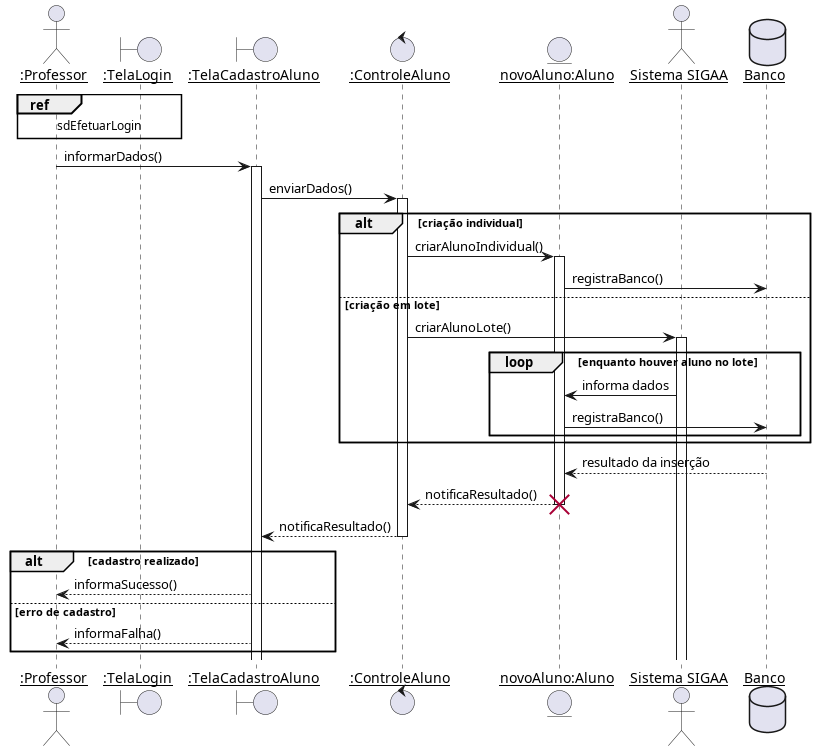
Above: diagramas/sequencia/manter_aluno.png in Pedro-V/projetorium (PlantUML), before the change.
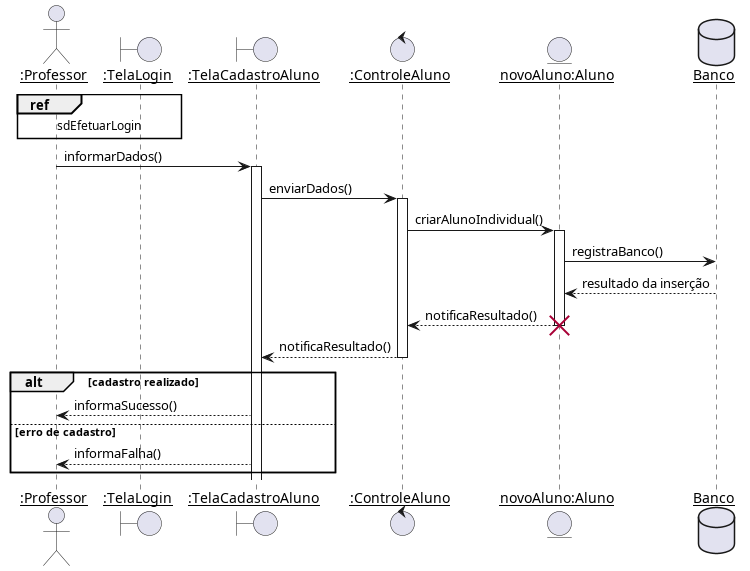
After the change.

The edit, as a diff of the source:
```diff
@@ -6,23 +6,14 @@
 boundary ":TelaCadastroAluno"    as TelaCadastroAluno
 control ":ControleAluno" as ControleAluno
 entity "novoAluno:Aluno" as novoAluno
-actor "Sistema SIGAA" as SIGAA
 database Banco
 
 ref over Professor, TelaLogin : sdEfetuarLogin
 
 Professor -> TelaCadastroAluno ++: informarDados()
 TelaCadastroAluno -> ControleAluno ++: enviarDados()
-alt criação individual
-    ControleAluno -> novoAluno ++: criarAlunoIndividual()
-    novoAluno -> Banco : registraBanco()
-else criação em lote
-    ControleAluno -> SIGAA ++: criarAlunoLote()
-    loop enquanto houver aluno no lote
-        SIGAA -> novoAluno : informa dados
-        novoAluno -> Banco : registraBanco()
-    end
-end
+ControleAluno -> novoAluno ++: criarAlunoIndividual()
+novoAluno -> Banco : registraBanco()
 Banco --> novoAluno : resultado da inserção
 novoAluno --> ControleAluno --: notificaResultado()
 destroy novoAluno
```
